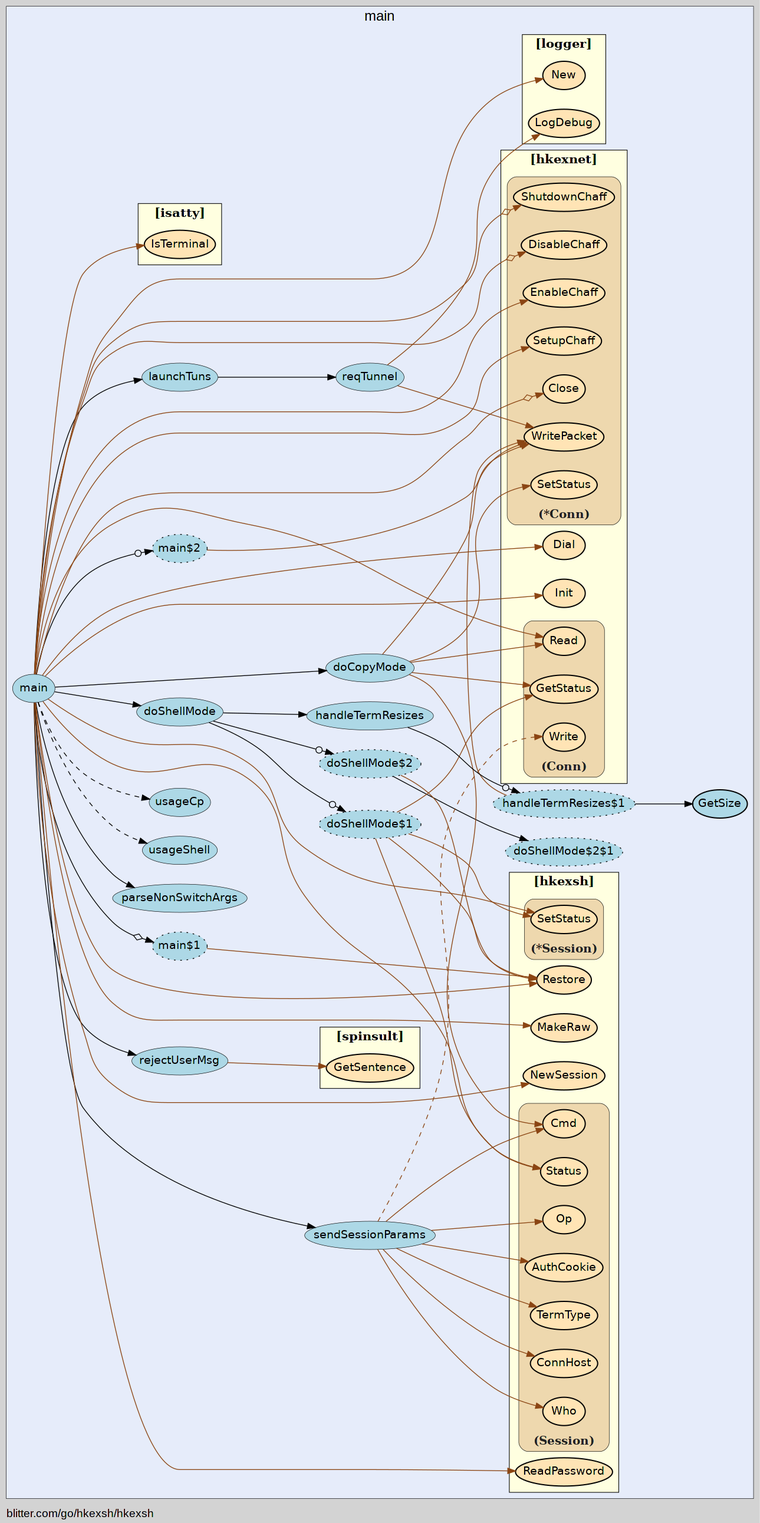
Before: hkexsh/hkexsh-vis.gv.png, a diagram exported from Graphviz (isgasho/xs). Its source is kept beside it as hkexsh/hkexsh-vis.gv.
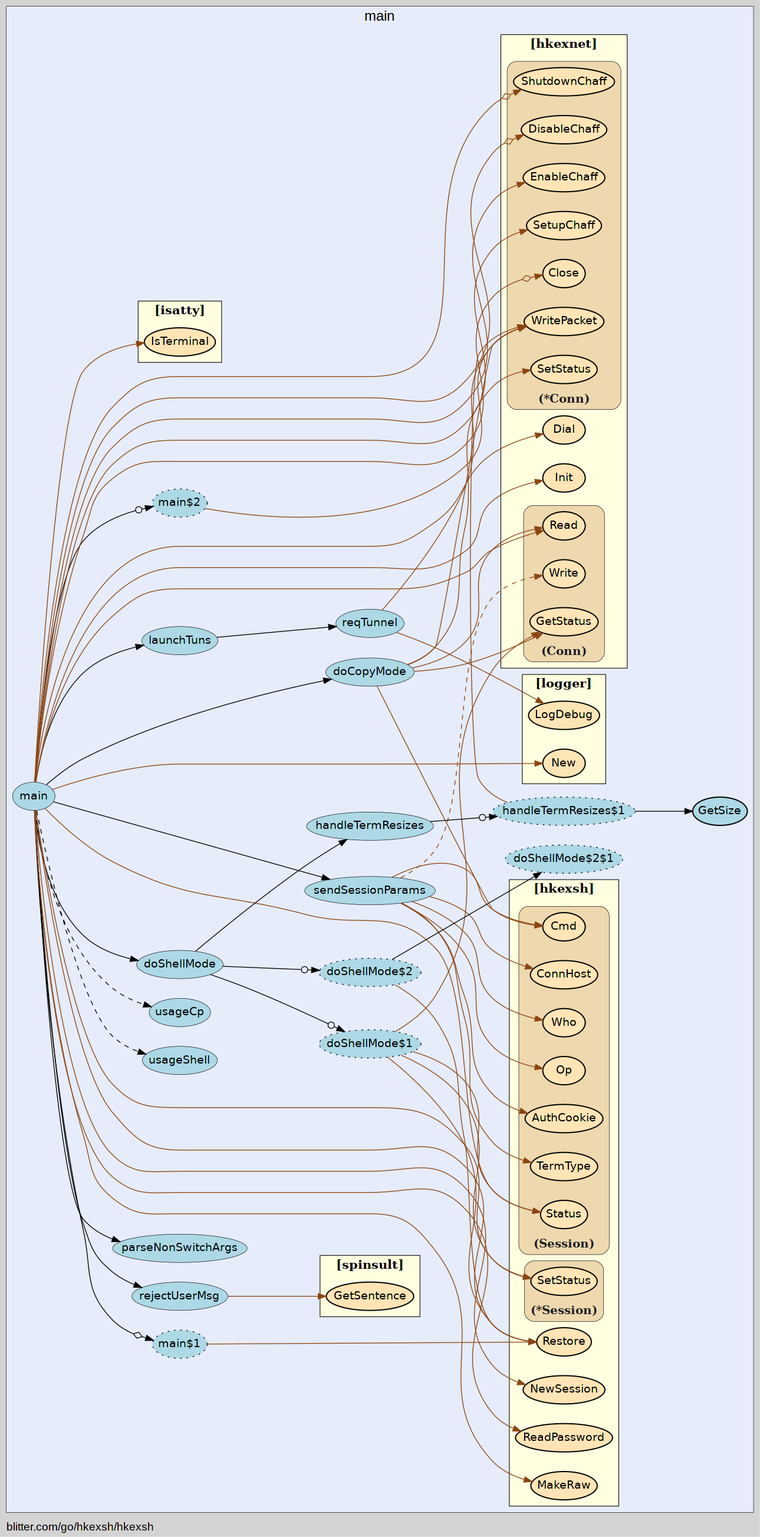
Later version of the same file.

The edit, as a diff of the source:
```diff
@@ -22,20 +22,20 @@
 
-        "blitter.com/go/hkexsh/hkexsh.doShellMode$2" [ label="doShellMode$2" style="dotted,filled" fillcolor="lightblue" ]
-        "blitter.com/go/hkexsh/hkexsh.doShellMode$2$1" [ fillcolor="lightblue" label="doShellMode$2$1" style="dotted,filled" ]
-        "blitter.com/go/hkexsh/hkexsh.doCopyMode" [ fillcolor="lightblue" label="doCopyMode" penwidth="0.5" ]
-        "blitter.com/go/hkexsh/hkexsh.main$1" [ fillcolor="lightblue" label="main$1" style="dotted,filled" ]
-        "blitter.com/go/hkexsh/hkexsh.main$2" [ style="dotted,filled" fillcolor="lightblue" label="main$2" ]
-        "blitter.com/go/hkexsh/hkexsh.handleTermResizes$1" [ fillcolor="lightblue" label="handleTermResizes$1" style="dotted,filled" ]
-        "blitter.com/go/hkexsh/hkexsh.GetSize" [ fillcolor="lightblue" label="GetSize" penwidth="1.5" ]
-        "blitter.com/go/hkexsh/hkexsh.rejectUserMsg" [ fillcolor="lightblue" label="rejectUserMsg" penwidth="0.5" ]
         "blitter.com/go/hkexsh/hkexsh.reqTunnel" [ fillcolor="lightblue" label="reqTunnel" penwidth="0.5" ]
-        "blitter.com/go/hkexsh/hkexsh.launchTuns" [ label="launchTuns" penwidth="0.5" fillcolor="lightblue" ]
-        "blitter.com/go/hkexsh/hkexsh.sendSessionParams" [ fillcolor="lightblue" label="sendSessionParams" penwidth="0.5" ]
-        "blitter.com/go/hkexsh/hkexsh.doShellMode$1" [ fillcolor="lightblue" label="doShellMode$1" style="dotted,filled" ]
-        "blitter.com/go/hkexsh/hkexsh.doShellMode" [ fillcolor="lightblue" label="doShellMode" penwidth="0.5" ]
-        "blitter.com/go/hkexsh/hkexsh.handleTermResizes" [ fillcolor="lightblue" label="handleTermResizes" penwidth="0.5" ]
+        "blitter.com/go/hkexsh/hkexsh.launchTuns" [ fillcolor="lightblue" label="launchTuns" penwidth="0.5" ]
+        "blitter.com/go/hkexsh/hkexsh.rejectUserMsg" [ penwidth="0.5" fillcolor="lightblue" label="rejectUserMsg" ]
         "blitter.com/go/hkexsh/hkexsh.main" [ fillcolor="lightblue" label="main" penwidth="0.5" ]
         "blitter.com/go/hkexsh/hkexsh.parseNonSwitchArgs" [ fillcolor="lightblue" label="parseNonSwitchArgs" penwidth="0.5" ]
+        "blitter.com/go/hkexsh/hkexsh.main$1" [ fillcolor="lightblue" label="deferRestore" style="dotted,filled" ]
+        "blitter.com/go/hkexsh/hkexsh.sendSessionParams" [ label="sendSessionParams" penwidth="0.5" fillcolor="lightblue" ]
+        "blitter.com/go/hkexsh/hkexsh.main$2" [ fillcolor="lightblue" label="deferCloseChaff" style="dotted,filled" ]
+        "blitter.com/go/hkexsh/hkexsh.doShellMode$1" [ fillcolor="lightblue" label="shellRemoteToStdin" style="dotted,filled" ]
+        "blitter.com/go/hkexsh/hkexsh.doShellMode" [ penwidth="0.5" fillcolor="lightblue" label="doShellMode" ]
+        "blitter.com/go/hkexsh/hkexsh.handleTermResizes$1" [ fillcolor="lightblue" label="handleTermResizes$1" style="dotted,filled" ]
+        "blitter.com/go/hkexsh/hkexsh.GetSize" [ penwidth="1.5" fillcolor="lightblue" label="GetSize" ]
+        "blitter.com/go/hkexsh/hkexsh.handleTermResizes" [ label="handleTermResizes" penwidth="0.5" fillcolor="lightblue" ]
+        "blitter.com/go/hkexsh/hkexsh.doShellMode$2" [ fillcolor="lightblue" label="shellStdinToRemote" style="dotted,filled" ]
+        "blitter.com/go/hkexsh/hkexsh.doShellMode$2$1" [ fillcolor="lightblue" label="doShellMode$2$1" style="dotted,filled" ]
+        "blitter.com/go/hkexsh/hkexsh.doCopyMode" [ penwidth="0.5" fillcolor="lightblue" label="doCopyMode" ]
         "blitter.com/go/hkexsh/hkexsh.usageShell" [ fillcolor="lightblue" label="usageShell" penwidth="0.5" ]
-        "blitter.com/go/hkexsh/hkexsh.usageCp" [ fillcolor="lightblue" label="usageCp" penwidth="0.5" ]
+        "blitter.com/go/hkexsh/hkexsh.usageCp" [ penwidth="0.5" fillcolor="lightblue" label="usageCp" ]
 
@@ -44,12 +44,12 @@
 tooltip="package: blitter.com/go/hkexsh";
-fontsize="16";
+fontname="bold";
+label="[hkexsh]";
 style="filled";
 fillcolor="lightyellow";
-label="[hkexsh]";
+rank="sink";
 penwidth="0.8";
-fontname="bold";
-rank="sink";
+fontsize="16";
 
+        "blitter.com/go/hkexsh.MakeRaw" [ fillcolor="moccasin" label="MakeRaw" penwidth="1.5" ]
         "blitter.com/go/hkexsh.Restore" [ fillcolor="moccasin" label="Restore" penwidth="1.5" ]
-        "blitter.com/go/hkexsh.MakeRaw" [ fillcolor="moccasin" label="MakeRaw" penwidth="1.5" ]
         "blitter.com/go/hkexsh.ReadPassword" [ fillcolor="moccasin" label="ReadPassword" penwidth="1.5" ]
@@ -58,5 +58,3 @@
         subgraph "cluster_*blitter.com/go/hkexsh.Session" {
-        labelloc="b";
-style="rounded,filled";
-fillcolor="wheat2";
+        fillcolor="wheat2";
 label="(*Session)";
@@ -66,2 +64,4 @@
 fontcolor="#222222";
+labelloc="b";
+style="rounded,filled";
 
@@ -72,3 +72,7 @@
         subgraph "cluster_blitter.com/go/hkexsh.Session" {
-        labelloc="b";
+        tooltip="type: blitter.com/go/hkexsh.Session";
+penwidth="0.5";
+fontsize="15";
+fontcolor="#222222";
+labelloc="b";
 style="rounded,filled";
@@ -76,13 +80,9 @@
 label="(Session)";
-tooltip="type: blitter.com/go/hkexsh.Session";
-penwidth="0.5";
-fontsize="15";
-fontcolor="#222222";
 
-        "(blitter.com/go/hkexsh.Session).Cmd" [ fillcolor="moccasin" label="Cmd" penwidth="1.5" ]
         "(blitter.com/go/hkexsh.Session).Op" [ fillcolor="moccasin" label="Op" penwidth="1.5" ]
         "(blitter.com/go/hkexsh.Session).Who" [ fillcolor="moccasin" label="Who" penwidth="1.5" ]
-        "(blitter.com/go/hkexsh.Session).ConnHost" [ fillcolor="moccasin" label="ConnHost" penwidth="1.5" ]
-        "(blitter.com/go/hkexsh.Session).TermType" [ fillcolor="moccasin" label="TermType" penwidth="1.5" ]
-        "(blitter.com/go/hkexsh.Session).AuthCookie" [ fillcolor="moccasin" label="AuthCookie" penwidth="1.5" ]
+        "(blitter.com/go/hkexsh.Session).ConnHost" [ penwidth="1.5" fillcolor="moccasin" label="ConnHost" ]
+        "(blitter.com/go/hkexsh.Session).TermType" [ label="TermType" penwidth="1.5" fillcolor="moccasin" ]
+        "(blitter.com/go/hkexsh.Session).Cmd" [ fillcolor="moccasin" label="Cmd" penwidth="1.5" ]
+        "(blitter.com/go/hkexsh.Session).AuthCookie" [ label="AuthCookie" penwidth="1.5" fillcolor="moccasin" ]
         "(blitter.com/go/hkexsh.Session).Status" [ fillcolor="moccasin" label="Status" penwidth="1.5" ]
@@ -97,10 +97,10 @@
 label="[hkexnet]";
-tooltip="package: blitter.com/go/hkexsh/hkexnet";
+URL="/?f=blitter.com/go/hkexsh/hkexnet";
 penwidth="0.8";
 fontsize="16";
+tooltip="package: blitter.com/go/hkexsh/hkexnet";
 style="filled";
 fillcolor="lightyellow";
-URL="/?f=blitter.com/go/hkexsh/hkexnet";
 
-        "blitter.com/go/hkexsh/hkexnet.Init" [ penwidth="1.5" fillcolor="moccasin" label="Init" ]
+        "blitter.com/go/hkexsh/hkexnet.Init" [ fillcolor="moccasin" label="Init" penwidth="1.5" ]
         "blitter.com/go/hkexsh/hkexnet.Dial" [ penwidth="1.5" fillcolor="moccasin" label="Dial" ]
@@ -108,23 +108,4 @@
         subgraph "cluster_*blitter.com/go/hkexsh/hkexnet.Conn" {
-        fontsize="15";
-fontcolor="#222222";
-labelloc="b";
-style="rounded,filled";
-fillcolor="wheat2";
-label="(*Conn)";
+        label="(*Conn)";
 tooltip="type: *blitter.com/go/hkexsh/hkexnet.Conn";
-penwidth="0.5";
-
-        "(*blitter.com/go/hkexsh/hkexnet.Conn).WritePacket" [ fillcolor="moccasin" label="WritePacket" penwidth="1.5" ]
-        "(*blitter.com/go/hkexsh/hkexnet.Conn).SetStatus" [ fillcolor="moccasin" label="SetStatus" penwidth="1.5" ]
-        "(*blitter.com/go/hkexsh/hkexnet.Conn).Close" [ fillcolor="moccasin" label="Close" penwidth="1.5" ]
-        "(*blitter.com/go/hkexsh/hkexnet.Conn).SetupChaff" [ fillcolor="moccasin" label="SetupChaff" penwidth="1.5" ]
-        "(*blitter.com/go/hkexsh/hkexnet.Conn).EnableChaff" [ fillcolor="moccasin" label="EnableChaff" penwidth="1.5" ]
-        "(*blitter.com/go/hkexsh/hkexnet.Conn).DisableChaff" [ fillcolor="moccasin" label="DisableChaff" penwidth="1.5" ]
-        "(*blitter.com/go/hkexsh/hkexnet.Conn).ShutdownChaff" [ fillcolor="moccasin" label="ShutdownChaff" penwidth="1.5" ]
-
-    }
-
-        subgraph "cluster_blitter.com/go/hkexsh/hkexnet.Conn" {
-        tooltip="type: blitter.com/go/hkexsh/hkexnet.Conn";
 penwidth="0.5";
@@ -135,7 +116,26 @@
 fillcolor="wheat2";
+
+        "(*blitter.com/go/hkexsh/hkexnet.Conn).WritePacket" [ label="WritePacket" penwidth="1.5" fillcolor="moccasin" ]
+        "(*blitter.com/go/hkexsh/hkexnet.Conn).Close" [ fillcolor="moccasin" label="Close" penwidth="1.5" ]
+        "(*blitter.com/go/hkexsh/hkexnet.Conn).SetupChaff" [ fillcolor="moccasin" label="SetupChaff" penwidth="1.5" ]
+        "(*blitter.com/go/hkexsh/hkexnet.Conn).EnableChaff" [ fillcolor="moccasin" label="EnableChaff" penwidth="1.5" ]
+        "(*blitter.com/go/hkexsh/hkexnet.Conn).DisableChaff" [ fillcolor="moccasin" label="DisableChaff" penwidth="1.5" ]
+        "(*blitter.com/go/hkexsh/hkexnet.Conn).ShutdownChaff" [ label="ShutdownChaff" penwidth="1.5" fillcolor="moccasin" ]
+        "(*blitter.com/go/hkexsh/hkexnet.Conn).SetStatus" [ fillcolor="moccasin" label="SetStatus" penwidth="1.5" ]
+
+    }
+
+        subgraph "cluster_blitter.com/go/hkexsh/hkexnet.Conn" {
+        style="rounded,filled";
+fillcolor="wheat2";
 label="(Conn)";
+tooltip="type: blitter.com/go/hkexsh/hkexnet.Conn";
+penwidth="0.5";
+fontsize="15";
+fontcolor="#222222";
+labelloc="b";
 
+        "(blitter.com/go/hkexsh/hkexnet.Conn).Write" [ fillcolor="moccasin" label="Write" penwidth="1.5" ]
         "(blitter.com/go/hkexsh/hkexnet.Conn).Read" [ penwidth="1.5" fillcolor="moccasin" label="Read" ]
         "(blitter.com/go/hkexsh/hkexnet.Conn).GetStatus" [ fillcolor="moccasin" label="GetStatus" penwidth="1.5" ]
-        "(blitter.com/go/hkexsh/hkexnet.Conn).Write" [ fillcolor="moccasin" label="Write" penwidth="1.5" ]
 
@@ -146,7 +146,3 @@
         subgraph "cluster_blitter.com/go/hkexsh/logger" {
-        style="filled";
-fillcolor="lightyellow";
-rank="sink";
-label="[logger]";
-tooltip="package: blitter.com/go/hkexsh/logger";
+        rank="sink";
 penwidth="0.8";
@@ -154,6 +150,10 @@
 fontname="bold";
+label="[logger]";
 URL="/?f=blitter.com/go/hkexsh/logger";
+tooltip="package: blitter.com/go/hkexsh/logger";
+style="filled";
+fillcolor="lightyellow";
 
-        "blitter.com/go/hkexsh/logger.LogDebug" [ penwidth="1.5" fillcolor="moccasin" label="LogDebug" ]
-        "blitter.com/go/hkexsh/logger.New" [ fillcolor="moccasin" label="New" penwidth="1.5" ]
+        "blitter.com/go/hkexsh/logger.LogDebug" [ fillcolor="moccasin" label="LogDebug" penwidth="1.5" ]
+        "blitter.com/go/hkexsh/logger.New" [ penwidth="1.5" fillcolor="moccasin" label="New" ]
 
@@ -162,11 +162,11 @@
         subgraph "cluster_blitter.com/go/hkexsh/spinsult" {
-        fontsize="16";
+        label="[spinsult]";
+URL="/?f=blitter.com/go/hkexsh/spinsult";
+rank="sink";
+fontsize="16";
 style="filled";
+fillcolor="lightyellow";
 fontname="bold";
-rank="sink";
-URL="/?f=blitter.com/go/hkexsh/spinsult";
 tooltip="package: blitter.com/go/hkexsh/spinsult";
 penwidth="0.8";
-fillcolor="lightyellow";
-label="[spinsult]";
 
@@ -177,13 +177,13 @@
         subgraph "cluster_github.com/mattn/go-isatty" {
-        fontsize="16";
+        tooltip="package: github.com/mattn/go-isatty";
+fontname="bold";
+rank="sink";
 label="[isatty]";
 URL="/?f=github.com/mattn/go-isatty";
-tooltip="package: github.com/mattn/go-isatty";
-rank="sink";
 penwidth="0.8";
+fontsize="16";
 style="filled";
 fillcolor="lightyellow";
-fontname="bold";
 
-        "github.com/mattn/go-isatty.IsTerminal" [ penwidth="1.5" fillcolor="moccasin" label="IsTerminal" ]
+        "github.com/mattn/go-isatty.IsTerminal" [ fillcolor="moccasin" label="IsTerminal" penwidth="1.5" ]
 
@@ -193,14 +193,2 @@
 
-    "blitter.com/go/hkexsh/hkexsh.doShellMode$2" -> "blitter.com/go/hkexsh/hkexsh.doShellMode$2$1" [  ]
-    "blitter.com/go/hkexsh/hkexsh.doShellMode$2" -> "blitter.com/go/hkexsh.Restore" [ color="saddlebrown" ]
-    "blitter.com/go/hkexsh/hkexsh.doCopyMode" -> "(blitter.com/go/hkexsh.Session).Cmd" [ color="saddlebrown" ]
-    "blitter.com/go/hkexsh/hkexsh.doCopyMode" -> "(*blitter.com/go/hkexsh/hkexnet.Conn).WritePacket" [ color="saddlebrown" ]
-    "blitter.com/go/hkexsh/hkexsh.doCopyMode" -> "(blitter.com/go/hkexsh/hkexnet.Conn).Read" [ color="saddlebrown" ]
-    "blitter.com/go/hkexsh/hkexsh.doCopyMode" -> "(*blitter.com/go/hkexsh/hkexnet.Conn).SetStatus" [ color="saddlebrown" ]
-    "blitter.com/go/hkexsh/hkexsh.doCopyMode" -> "(blitter.com/go/hkexsh/hkexnet.Conn).GetStatus" [ color="saddlebrown" ]
-    "blitter.com/go/hkexsh/hkexsh.main$1" -> "blitter.com/go/hkexsh.Restore" [ color="saddlebrown" ]
-    "blitter.com/go/hkexsh/hkexsh.main$2" -> "(*blitter.com/go/hkexsh/hkexnet.Conn).WritePacket" [ color="saddlebrown" ]
-    "blitter.com/go/hkexsh/hkexsh.handleTermResizes$1" -> "blitter.com/go/hkexsh/hkexsh.GetSize" [  ]
-    "blitter.com/go/hkexsh/hkexsh.handleTermResizes$1" -> "(*blitter.com/go/hkexsh/hkexnet.Conn).WritePacket" [ color="saddlebrown" ]
-    "blitter.com/go/hkexsh/hkexsh.rejectUserMsg" -> "blitter.com/go/hkexsh/spinsult.GetSentence" [ color="saddlebrown" ]
     "blitter.com/go/hkexsh/hkexsh.reqTunnel" -> "blitter.com/go/hkexsh/logger.LogDebug" [ color="saddlebrown" ]
@@ -208,2 +196,14 @@
     "blitter.com/go/hkexsh/hkexsh.launchTuns" -> "blitter.com/go/hkexsh/hkexsh.reqTunnel" [  ]
+    "blitter.com/go/hkexsh/hkexsh.rejectUserMsg" -> "blitter.com/go/hkexsh/spinsult.GetSentence" [ color="saddlebrown" ]
+    "blitter.com/go/hkexsh/hkexsh.main" -> "blitter.com/go/hkexsh/hkexsh.parseNonSwitchArgs" [  ]
+    "blitter.com/go/hkexsh/hkexsh.main" -> "blitter.com/go/hkexsh/logger.New" [ color="saddlebrown" ]
+    "blitter.com/go/hkexsh/hkexsh.main" -> "blitter.com/go/hkexsh/hkexnet.Init" [ color="saddlebrown" ]
+    "blitter.com/go/hkexsh/hkexsh.main" -> "blitter.com/go/hkexsh/hkexnet.Dial" [ color="saddlebrown" ]
+    "blitter.com/go/hkexsh/hkexsh.main" -> "(*blitter.com/go/hkexsh/hkexnet.Conn).Close" [ arrowhead="normalnoneodiamond" color="saddlebrown" ]
+    "blitter.com/go/hkexsh/hkexsh.main" -> "github.com/mattn/go-isatty.IsTerminal" [ color="saddlebrown" ]
+    "blitter.com/go/hkexsh/hkexsh.main" -> "blitter.com/go/hkexsh.MakeRaw" [ color="saddlebrown" ]
+    "blitter.com/go/hkexsh/hkexsh.main$1" -> "blitter.com/go/hkexsh.Restore" [ color="saddlebrown" ]
+    "blitter.com/go/hkexsh/hkexsh.main" -> "blitter.com/go/hkexsh/hkexsh.main$1" [ arrowhead="normalnoneodiamond" ]
+    "blitter.com/go/hkexsh/hkexsh.main" -> "blitter.com/go/hkexsh.ReadPassword" [ color="saddlebrown" ]
+    "blitter.com/go/hkexsh/hkexsh.main" -> "blitter.com/go/hkexsh.NewSession" [ color="saddlebrown" ]
     "blitter.com/go/hkexsh/hkexsh.sendSessionParams" -> "(blitter.com/go/hkexsh.Session).Op" [ color="saddlebrown" ]
@@ -215,20 +215,2 @@
     "blitter.com/go/hkexsh/hkexsh.sendSessionParams" -> "(blitter.com/go/hkexsh/hkexnet.Conn).Write" [ style="dashed" color="saddlebrown" ]
-    "blitter.com/go/hkexsh/hkexsh.doShellMode$1" -> "blitter.com/go/hkexsh.Restore" [ color="saddlebrown" ]
-    "blitter.com/go/hkexsh/hkexsh.doShellMode$1" -> "(blitter.com/go/hkexsh/hkexnet.Conn).GetStatus" [ color="saddlebrown" ]
-    "blitter.com/go/hkexsh/hkexsh.doShellMode$1" -> "(*blitter.com/go/hkexsh.Session).SetStatus" [ color="saddlebrown" ]
-    "blitter.com/go/hkexsh/hkexsh.doShellMode$1" -> "(blitter.com/go/hkexsh.Session).Status" [ color="saddlebrown" ]
-    "blitter.com/go/hkexsh/hkexsh.doShellMode" -> "blitter.com/go/hkexsh/hkexsh.doShellMode$1" [ arrowhead="normalnoneodot" ]
-    "blitter.com/go/hkexsh/hkexsh.handleTermResizes" -> "blitter.com/go/hkexsh/hkexsh.handleTermResizes$1" [ arrowhead="normalnoneodot" ]
-    "blitter.com/go/hkexsh/hkexsh.doShellMode" -> "blitter.com/go/hkexsh/hkexsh.handleTermResizes" [  ]
-    "blitter.com/go/hkexsh/hkexsh.doShellMode" -> "blitter.com/go/hkexsh/hkexsh.doShellMode$2" [ arrowhead="normalnoneodot" ]
-    "blitter.com/go/hkexsh/hkexsh.main" -> "blitter.com/go/hkexsh/hkexsh.parseNonSwitchArgs" [  ]
-    "blitter.com/go/hkexsh/hkexsh.main" -> "blitter.com/go/hkexsh/logger.New" [ color="saddlebrown" ]
-    "blitter.com/go/hkexsh/hkexsh.main" -> "blitter.com/go/hkexsh/hkexnet.Init" [ color="saddlebrown" ]
-    "blitter.com/go/hkexsh/hkexsh.main" -> "blitter.com/go/hkexsh/hkexnet.Dial" [ color="saddlebrown" ]
-    "blitter.com/go/hkexsh/hkexsh.main" -> "(*blitter.com/go/hkexsh/hkexnet.Conn).Close" [ arrowhead="normalnoneodiamond" color="saddlebrown" ]
-    "blitter.com/go/hkexsh/hkexsh.main" -> "github.com/mattn/go-isatty.IsTerminal" [ color="saddlebrown" ]
-    "blitter.com/go/hkexsh/hkexsh.main" -> "blitter.com/go/hkexsh.MakeRaw" [ color="saddlebrown" ]
-    "blitter.com/go/hkexsh/hkexsh.main" -> "blitter.com/go/hkexsh/hkexsh.main$1" [ arrowhead="normalnoneodiamond" ]
-    "blitter.com/go/hkexsh/hkexsh.main" -> "blitter.com/go/hkexsh.ReadPassword" [ color="saddlebrown" ]
-    "blitter.com/go/hkexsh/hkexsh.main" -> "blitter.com/go/hkexsh.NewSession" [ color="saddlebrown" ]
     "blitter.com/go/hkexsh/hkexsh.main" -> "blitter.com/go/hkexsh/hkexsh.sendSessionParams" [  ]
@@ -240,7 +222,25 @@
     "blitter.com/go/hkexsh/hkexsh.main" -> "(*blitter.com/go/hkexsh/hkexnet.Conn).DisableChaff" [ arrowhead="normalnoneodiamond" color="saddlebrown" ]
-    "blitter.com/go/hkexsh/hkexsh.main" -> "(*blitter.com/go/hkexsh/hkexnet.Conn).ShutdownChaff" [ arrowhead="normalnoneodiamond" color="saddlebrown" ]
+    "blitter.com/go/hkexsh/hkexsh.main" -> "(*blitter.com/go/hkexsh/hkexnet.Conn).ShutdownChaff" [ color="saddlebrown" arrowhead="normalnoneodiamond" ]
+    "blitter.com/go/hkexsh/hkexsh.main$2" -> "(*blitter.com/go/hkexsh/hkexnet.Conn).WritePacket" [ color="saddlebrown" ]
     "blitter.com/go/hkexsh/hkexsh.main" -> "blitter.com/go/hkexsh/hkexsh.main$2" [ arrowhead="normalnoneodot" ]
     "blitter.com/go/hkexsh/hkexsh.main" -> "blitter.com/go/hkexsh/hkexsh.launchTuns" [  ]
+    "blitter.com/go/hkexsh/hkexsh.doShellMode$1" -> "blitter.com/go/hkexsh.Restore" [ color="saddlebrown" ]
+    "blitter.com/go/hkexsh/hkexsh.doShellMode$1" -> "(blitter.com/go/hkexsh/hkexnet.Conn).GetStatus" [ color="saddlebrown" ]
+    "blitter.com/go/hkexsh/hkexsh.doShellMode$1" -> "(*blitter.com/go/hkexsh.Session).SetStatus" [ color="saddlebrown" ]
+    "blitter.com/go/hkexsh/hkexsh.doShellMode$1" -> "(blitter.com/go/hkexsh.Session).Status" [ color="saddlebrown" ]
+    "blitter.com/go/hkexsh/hkexsh.doShellMode" -> "blitter.com/go/hkexsh/hkexsh.doShellMode$1" [ arrowhead="normalnoneodot" ]
+    "blitter.com/go/hkexsh/hkexsh.handleTermResizes$1" -> "blitter.com/go/hkexsh/hkexsh.GetSize" [  ]
+    "blitter.com/go/hkexsh/hkexsh.handleTermResizes$1" -> "(*blitter.com/go/hkexsh/hkexnet.Conn).WritePacket" [ color="saddlebrown" ]
+    "blitter.com/go/hkexsh/hkexsh.handleTermResizes" -> "blitter.com/go/hkexsh/hkexsh.handleTermResizes$1" [ arrowhead="normalnoneodot" ]
+    "blitter.com/go/hkexsh/hkexsh.doShellMode" -> "blitter.com/go/hkexsh/hkexsh.handleTermResizes" [  ]
+    "blitter.com/go/hkexsh/hkexsh.doShellMode$2" -> "blitter.com/go/hkexsh/hkexsh.doShellMode$2$1" [  ]
+    "blitter.com/go/hkexsh/hkexsh.doShellMode$2" -> "blitter.com/go/hkexsh.Restore" [ color="saddlebrown" ]
+    "blitter.com/go/hkexsh/hkexsh.doShellMode" -> "blitter.com/go/hkexsh/hkexsh.doShellMode$2" [ arrowhead="normalnoneodot" ]
     "blitter.com/go/hkexsh/hkexsh.main" -> "blitter.com/go/hkexsh/hkexsh.doShellMode" [  ]
     "blitter.com/go/hkexsh/hkexsh.main" -> "(blitter.com/go/hkexsh.Session).Status" [ color="saddlebrown" ]
+    "blitter.com/go/hkexsh/hkexsh.doCopyMode" -> "(blitter.com/go/hkexsh.Session).Cmd" [ color="saddlebrown" ]
+    "blitter.com/go/hkexsh/hkexsh.doCopyMode" -> "(*blitter.com/go/hkexsh/hkexnet.Conn).WritePacket" [ color="saddlebrown" ]
+    "blitter.com/go/hkexsh/hkexsh.doCopyMode" -> "(blitter.com/go/hkexsh/hkexnet.Conn).Read" [ color="saddlebrown" ]
+    "blitter.com/go/hkexsh/hkexsh.doCopyMode" -> "(*blitter.com/go/hkexsh/hkexnet.Conn).SetStatus" [ color="saddlebrown" ]
+    "blitter.com/go/hkexsh/hkexsh.doCopyMode" -> "(blitter.com/go/hkexsh/hkexnet.Conn).GetStatus" [ color="saddlebrown" ]
     "blitter.com/go/hkexsh/hkexsh.main" -> "blitter.com/go/hkexsh/hkexsh.doCopyMode" [  ]
```
